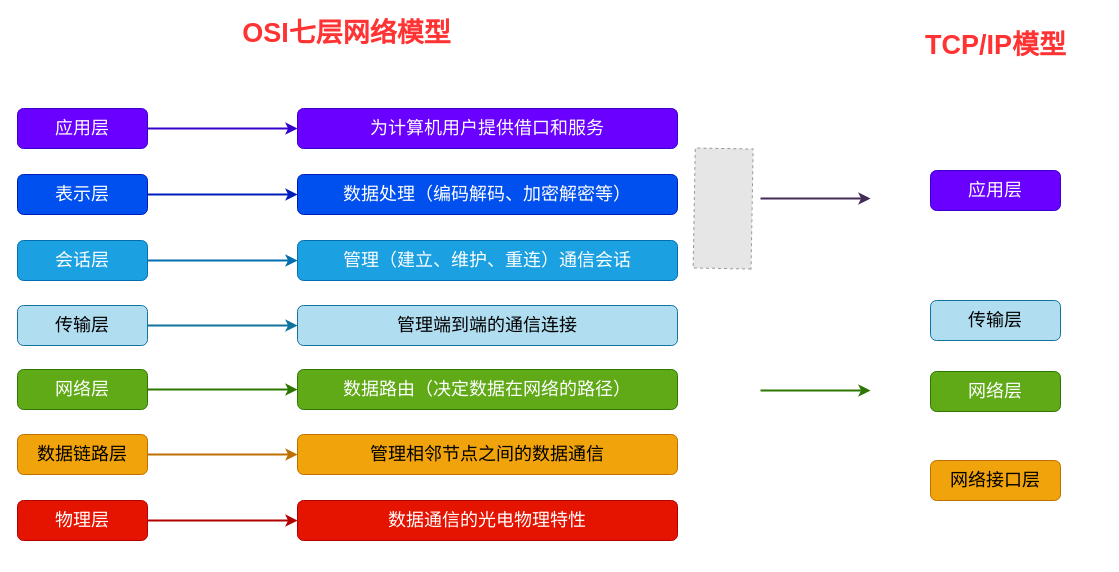
Before: page "第 2 页" (2 of 2) of drawio/network/图形验证码网络案例.drawio in hezhuma/image-repo, a draw.io diagram. Source tidied: cells renumbered, new cells numbered last; positions are measured from the earlier drawing's top-left corner, leaving out a move shared by most shapes. Both pictures are drawn from the tidied source at 100%, with x=0, y=0 at pixel (17, 18). Pictures stored in the file or linked from it are replaced by grey dashed boxes.
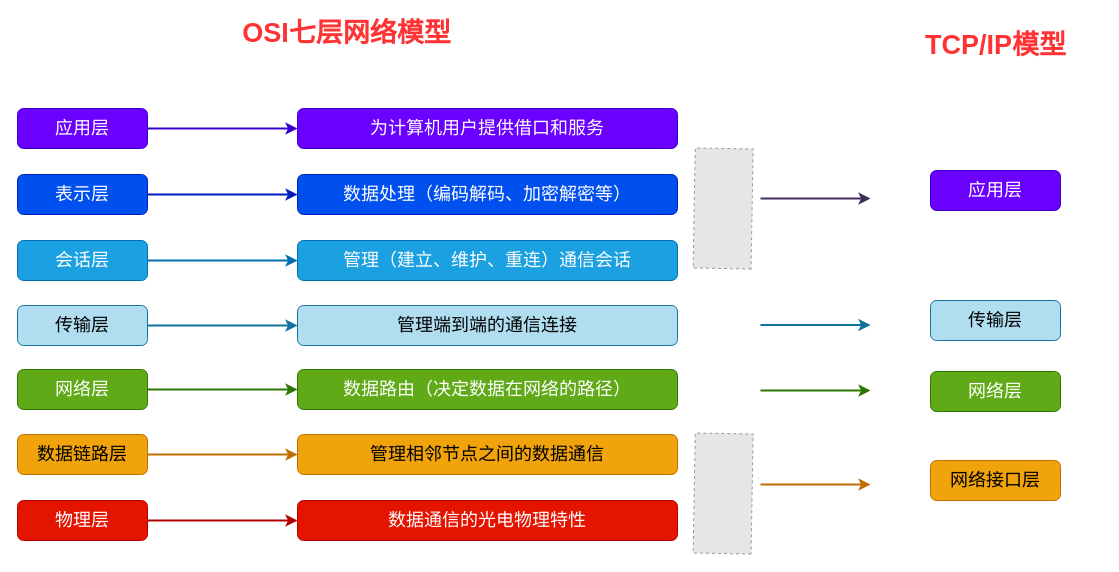
The same page after the edit.

Commit message:
更新图形验证码网络案例.drawio

Diff of the diagram source:
```diff
@@
+    <mxCell id="32" style="edgeStyle=orthogonalEdgeStyle;rounded=0;orthogonalLoop=1;jettySize=auto;html=1;fontSize=18;fillColor=#b1ddf0;strokeColor=#10739e;strokeWidth=2;" parent="1" edge="1">
+      <mxGeometry relative="1" as="geometry">
+        <mxPoint x="743" y="306.5" as="sourcePoint" />
+        <mxPoint x="853" y="306.5" as="targetPoint" />
+        <Array as="points">
+          <mxPoint x="823" y="306.5" />
+          <mxPoint x="823" y="306.5" />
+        </Array>
+      </mxGeometry>
+    </mxCell>
+    <mxCell id="33" style="fillColor=#E6E6E6;strokeColor=#999999;dashed=1;verticalLabelPosition=bottom;labelBackgroundColor=default;verticalAlign=top;rotation=-179;" parent="1" vertex="1">
+      <mxGeometry x="676.7" y="415" width="57.9" height="120" as="geometry" />
+    </mxCell>
+    <mxCell id="34" style="edgeStyle=orthogonalEdgeStyle;rounded=0;orthogonalLoop=1;jettySize=auto;html=1;fontSize=18;fillColor=#f0a30a;strokeColor=#BD7000;strokeWidth=2;" parent="1" edge="1">
+      <mxGeometry relative="1" as="geometry">
+        <mxPoint x="743" y="466" as="sourcePoint" />
+        <mxPoint x="853" y="466" as="targetPoint" />
+        <Array as="points">
+          <mxPoint x="823" y="466" />
+          <mxPoint x="823" y="466" />
+        </Array>
+      </mxGeometry>
+    </mxCell>
```
